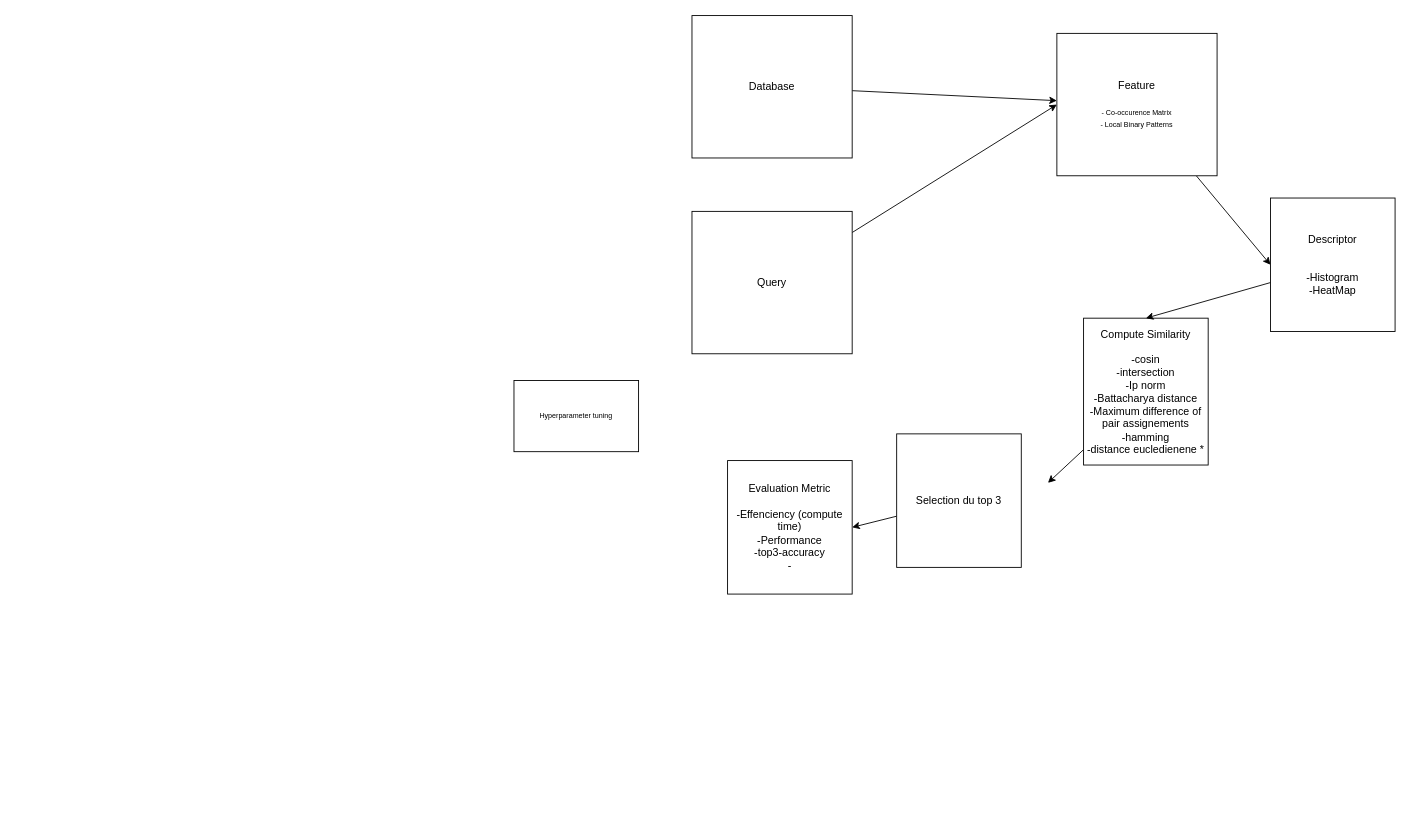
Before: TP1/draft.drawio in Depdx/INF6804-Computer-Vision, a draw.io diagram. Source tidied: cells renumbered, new cells numbered last; positions are measured from the earlier drawing's top-left corner, leaving out a move shared by most shapes. Both pictures are drawn from the tidied source at 89%, with x=0, y=0 at pixel (514, 15).
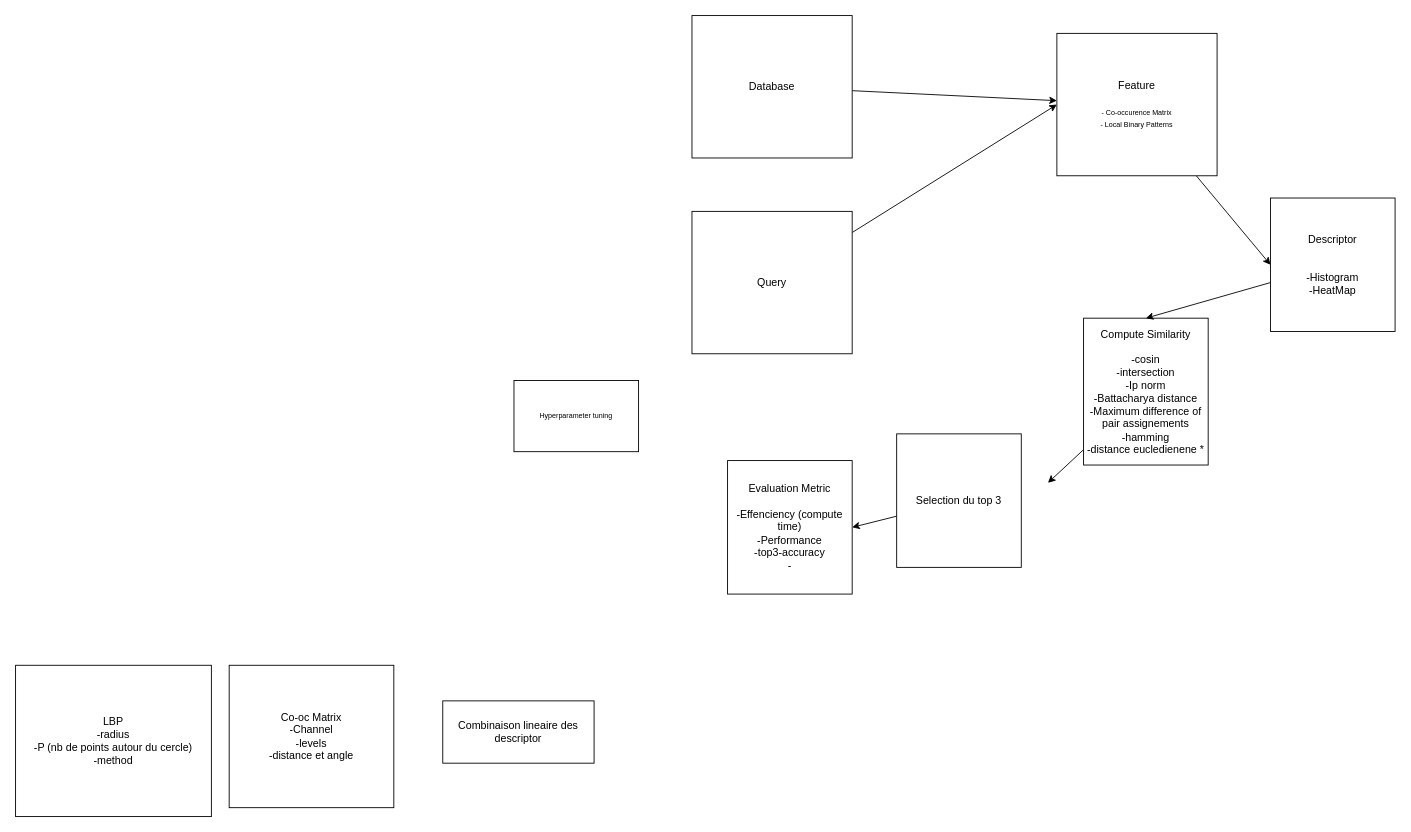
After the change.

Change to the diagram source:
```diff
@@
 <mxGraphModel>
   <root>
     <mxCell id="0" />
     <mxCell id="1" parent="0" />
     <mxCell id="2" style="edgeStyle=none;html=1;entryX=0;entryY=0.5;entryDx=0;entryDy=0;fontSize=8;" parent="1" edge="1" source="3" target="7">
       <mxGeometry relative="1" as="geometry" />
     </mxCell>
     <mxCell id="3" value="Feature&lt;br&gt;&lt;br&gt;&lt;font style=&quot;font-size: 8px;&quot;&gt;- Co-occurence Matrix&lt;br&gt;- Local Binary Patterns&lt;/font&gt;" style="rounded=0;whiteSpace=wrap;html=1;" parent="1" vertex="1">
       <mxGeometry x="610" y="20" width="180" height="160" as="geometry" />
     </mxCell>
     <mxCell id="4" style="edgeStyle=none;html=1;entryX=1;entryY=0.5;entryDx=0;entryDy=0;fontSize=8;" parent="1" edge="1" source="5">
       <mxGeometry relative="1" as="geometry">
         <mxPoint x="600" y="525" as="targetPoint" />
       </mxGeometry>
     </mxCell>
     <mxCell id="5" value="Compute Similarity&lt;br&gt;&lt;br&gt;-cosin&lt;br&gt;-intersection&lt;br&gt;-Ip norm&lt;br&gt;-Battacharya distance&lt;br&gt;-Maximum difference of pair assignements&lt;br&gt;-hamming&lt;br&gt;-distance eucledienene *&lt;br&gt;" style="rounded=0;whiteSpace=wrap;html=1;" parent="1" vertex="1">
       <mxGeometry x="640" y="340" width="140" height="165" as="geometry" />
     </mxCell>
     <mxCell id="6" style="edgeStyle=none;html=1;entryX=0.5;entryY=0;entryDx=0;entryDy=0;fontSize=8;" parent="1" edge="1" source="7" target="5">
       <mxGeometry relative="1" as="geometry" />
     </mxCell>
     <mxCell id="7" value="Descriptor&lt;br&gt;&lt;br&gt;&lt;br&gt;-Histogram&lt;br&gt;-HeatMap&lt;br&gt;" style="rounded=0;whiteSpace=wrap;html=1;" parent="1" vertex="1">
       <mxGeometry x="850" y="205" width="140" height="150" as="geometry" />
     </mxCell>
     <mxCell id="8" style="edgeStyle=none;html=1;entryX=1;entryY=0.5;entryDx=0;entryDy=0;fontSize=8;" parent="1" edge="1" source="9" target="14">
       <mxGeometry relative="1" as="geometry" />
     </mxCell>
     <mxCell id="9" value="Selection du top 3&lt;br&gt;" style="rounded=0;whiteSpace=wrap;html=1;" parent="1" vertex="1">
       <mxGeometry x="430" y="470" width="140" height="150" as="geometry" />
     </mxCell>
     <mxCell id="10" style="edgeStyle=none;html=1;fontSize=8;" parent="1" edge="1" source="11" target="3">
       <mxGeometry relative="1" as="geometry" />
     </mxCell>
     <mxCell id="11" value="Database&lt;br&gt;" style="rounded=0;whiteSpace=wrap;html=1;" parent="1" vertex="1">
       <mxGeometry x="200" width="180" height="160" as="geometry" />
     </mxCell>
     <mxCell id="12" style="edgeStyle=none;html=1;entryX=0;entryY=0.5;entryDx=0;entryDy=0;fontSize=8;" parent="1" edge="1" source="13" target="3">
       <mxGeometry relative="1" as="geometry" />
     </mxCell>
     <mxCell id="13" value="Query" style="rounded=0;whiteSpace=wrap;html=1;" parent="1" vertex="1">
       <mxGeometry x="200" y="220" width="180" height="160" as="geometry" />
     </mxCell>
     <mxCell id="14" value="Evaluation Metric&lt;br&gt;&lt;br&gt;-Effenciency (compute time)&lt;br&gt;-Performance&lt;br&gt;-top3-accuracy&lt;br&gt;-" style="rounded=0;whiteSpace=wrap;html=1;" parent="1" vertex="1">
       <mxGeometry x="240" y="500" width="140" height="150" as="geometry" />
     </mxCell>
     <mxCell id="15" value="Hyperparameter tuning" style="rounded=0;whiteSpace=wrap;html=1;fontSize=8;" parent="1" vertex="1">
       <mxGeometry y="410" width="140" height="80" as="geometry" />
     </mxCell>
+    <mxCell id="16" value="Co-oc Matrix&lt;br&gt;-Channel&lt;br&gt;-levels&lt;br&gt;-distance et angle" style="rounded=0;whiteSpace=wrap;html=1;" parent="1" vertex="1">
+      <mxGeometry x="-320" y="730" width="185" height="160" as="geometry" />
+    </mxCell>
+    <mxCell id="17" value="Combinaison lineaire des descriptor" style="rounded=0;whiteSpace=wrap;html=1;" parent="1" vertex="1">
+      <mxGeometry x="-80" y="770" width="170" height="70" as="geometry" />
+    </mxCell>
+    <mxCell id="18" value="LBP&lt;br&gt;-radius&lt;br&gt;-P (nb de points autour du cercle)&lt;br&gt;-method" style="rounded=0;whiteSpace=wrap;html=1;" parent="1" vertex="1">
+      <mxGeometry x="-560" y="730" width="220" height="170" as="geometry" />
+    </mxCell>
   </root>
 </mxGraphModel>
```
